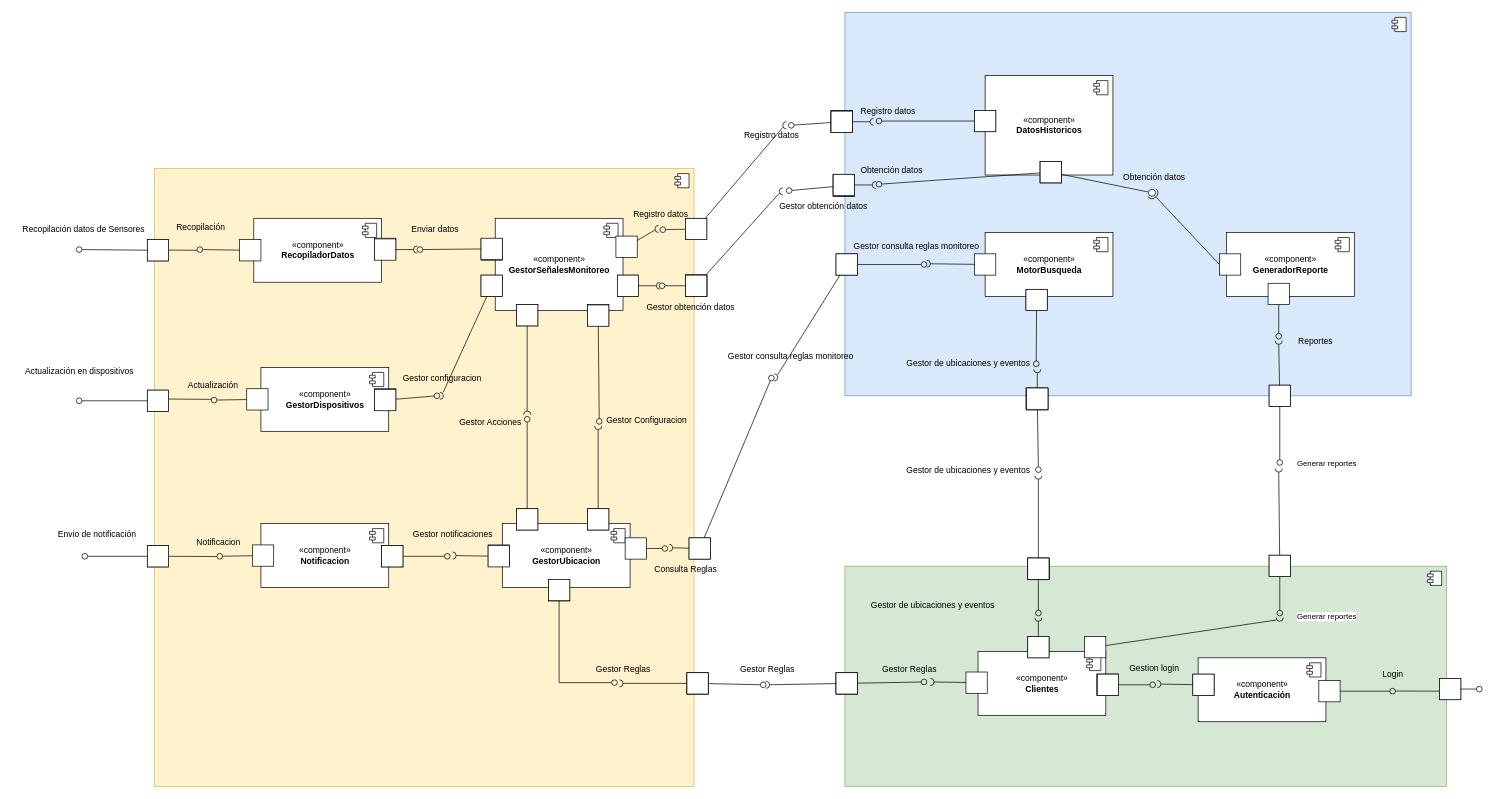
Earlier version of the draw.io diagram MODELOS/Diagrama funcional.drawio (david-lyon-uniandes/ABC-PROJECT-ARQUITECTURA). Source tidied: cells renumbered, new cells numbered last; positions are measured from the earlier drawing's top-left corner, leaving out a move shared by most shapes. Both pictures are drawn from the tidied source at 71%, with x=0, y=0 at pixel (12, 12).
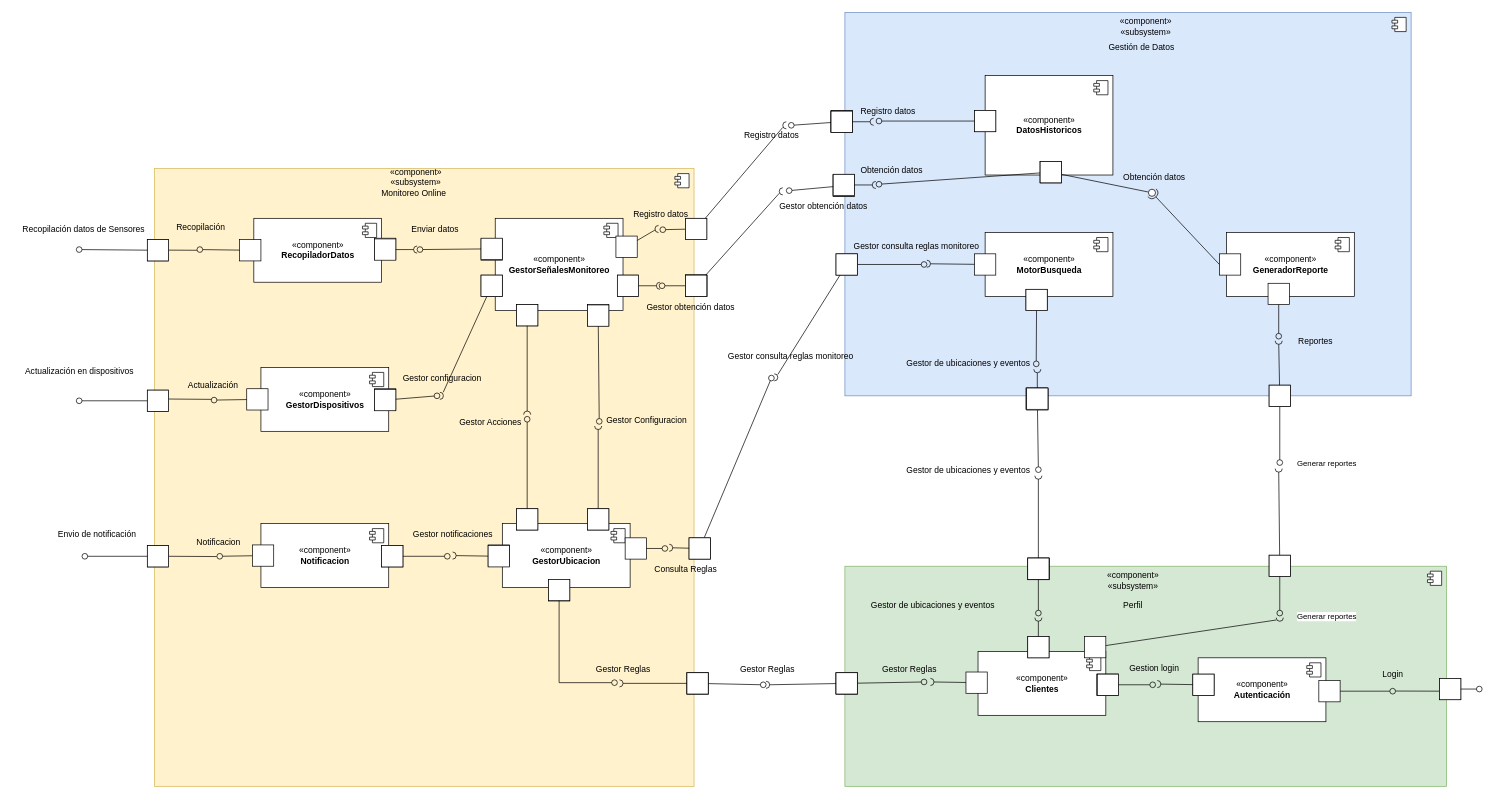
Above is the later version.

Change to the diagram source:
```diff
@@
+    <mxCell id="273" value="«component»&lt;br&gt;«subsystem»" style="text;html=1;align=center;verticalAlign=middle;strokeColor=none;fillColor=none;" parent="1" vertex="1">
+      <mxGeometry x="517.5" y="212" width="100" height="40" as="geometry" />
+    </mxCell>
+    <mxCell id="274" value="«component»&lt;br&gt;«subsystem»" style="text;html=1;align=center;verticalAlign=middle;strokeColor=none;fillColor=none;" parent="1" vertex="1">
+      <mxGeometry x="1546.2" width="100" height="40" as="geometry" />
+    </mxCell>
+    <mxCell id="275" value="«component»&lt;br&gt;«subsystem»" style="text;html=1;align=center;verticalAlign=middle;strokeColor=none;fillColor=none;" parent="1" vertex="1">
+      <mxGeometry x="1528" y="780" width="100" height="40" as="geometry" />
+    </mxCell>
+    <mxCell id="276" value="Monitoreo Online" style="text;html=1;align=center;verticalAlign=middle;strokeColor=none;fillColor=none;" parent="1" vertex="1">
+      <mxGeometry x="505" y="240" width="120" height="30" as="geometry" />
+    </mxCell>
+    <mxCell id="277" value="Perfil" style="text;html=1;align=center;verticalAlign=middle;strokeColor=none;fillColor=none;" parent="1" vertex="1">
+      <mxGeometry x="1553" y="820" width="50" height="30" as="geometry" />
+    </mxCell>
+    <mxCell id="278" value="Gestión de Datos" style="text;html=1;align=center;verticalAlign=middle;strokeColor=none;fillColor=none;" parent="1" vertex="1">
+      <mxGeometry x="1530" y="35" width="120" height="30" as="geometry" />
+    </mxCell>
```
